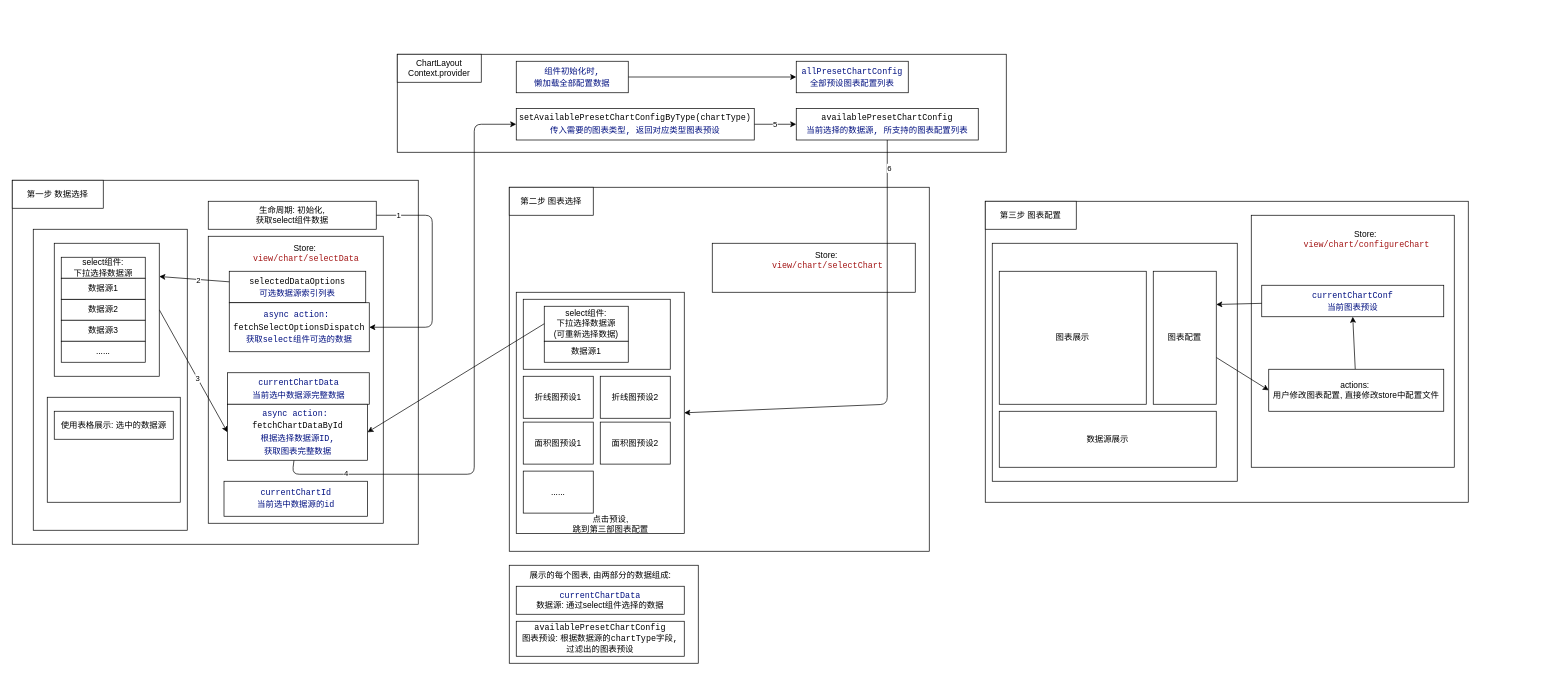
Earlier version of the draw.io diagram doc/图表配置模块逻辑.drawio (tsja2001/react-dashboard). Source tidied: cells renumbered, new cells numbered last; positions are measured from the earlier drawing's top-left corner, leaving out a move shared by most shapes. Both pictures are drawn from the tidied source at 70%, with x=0, y=0 at pixel (12, 54).
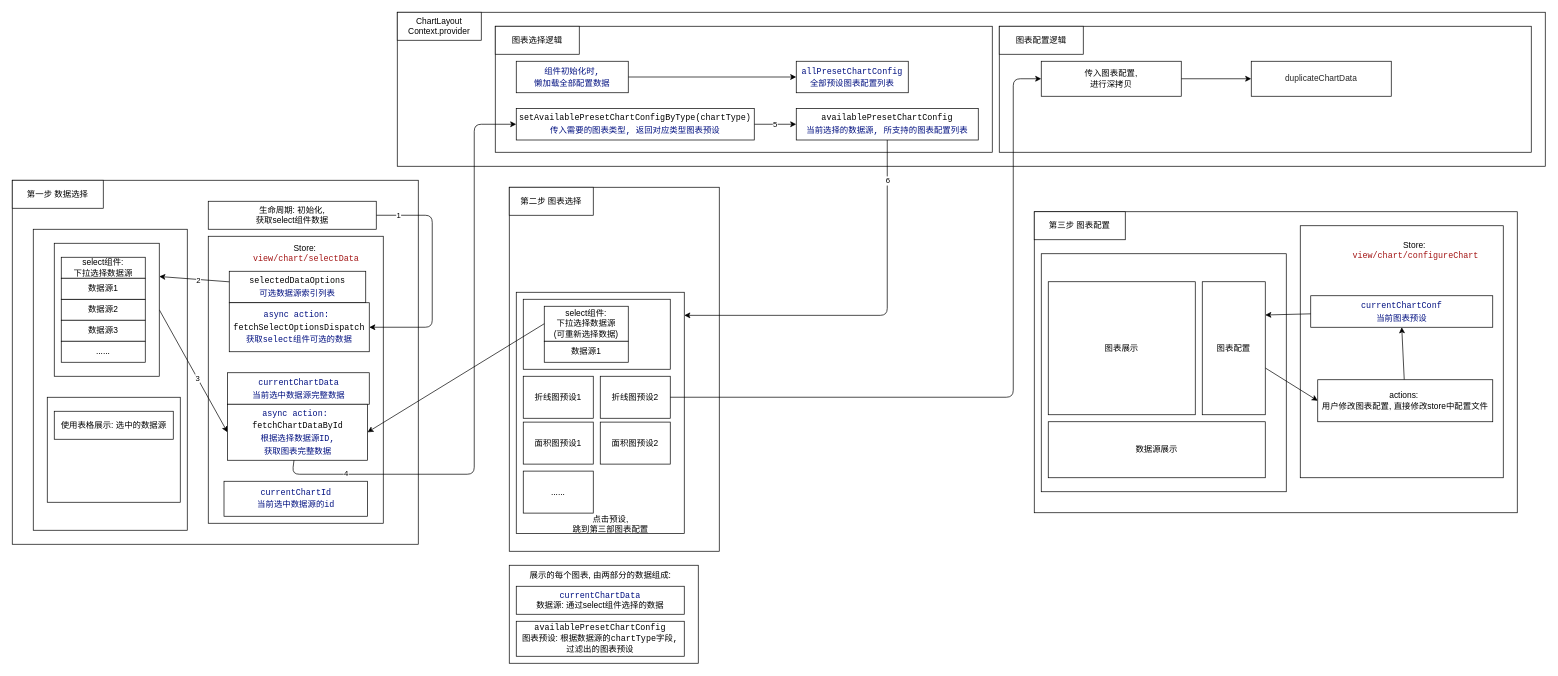
The same diagram, later.

Commit message (it also covers changes not shown here):
feat: 完成图表配置页面文档

Unchanged cells that the change refers to:
```xml
<mxCell id="13" style="rounded=0;whiteSpace=wrap;html=1;fontSize=12;" parent="1" vertex="1">
  <mxGeometry x="720" y="340" width="240" height="344.5" as="geometry" />
</mxCell>
<mxCell id="15" value="折线图预设2" style="rounded=0;whiteSpace=wrap;html=1;" parent="1" vertex="1">
  <mxGeometry x="840" y="460" width="100" height="60" as="geometry" />
</mxCell>
<mxCell id="58" value="&lt;div style=&quot;background-color: rgb(255, 255, 255); font-family: &amp;quot;Input Mono&amp;quot;, &amp;quot;Fira Code&amp;quot;, monospace, Menlo, Monaco, &amp;quot;Courier New&amp;quot;, monospace; line-height: 18px;&quot;&gt;&lt;div style=&quot;line-height: 18px;&quot;&gt;&lt;div style=&quot;line-height: 18px;&quot;&gt;&lt;font color=&quot;#001080&quot;&gt;async action:&amp;nbsp;&lt;/font&gt;&lt;/div&gt;&lt;div style=&quot;line-height: 18px;&quot;&gt;&lt;div style=&quot;line-height: 18px;&quot;&gt;fetchChartDataById&lt;/div&gt;&lt;/div&gt;&lt;/div&gt;&lt;/div&gt;&lt;div style=&quot;background-color: rgb(255, 255, 255); font-family: &amp;quot;Input Mono&amp;quot;, &amp;quot;Fira Code&amp;quot;, monospace, Menlo, Monaco, &amp;quot;Courier New&amp;quot;, monospace; line-height: 18px;&quot;&gt;&lt;font color=&quot;#001080&quot;&gt;根据选择数据源ID,&lt;/font&gt;&lt;/div&gt;&lt;div style=&quot;background-color: rgb(255, 255, 255); font-family: &amp;quot;Input Mono&amp;quot;, &amp;quot;Fira Code&amp;quot;, monospace, Menlo, Monaco, &amp;quot;Courier New&amp;quot;, monospace; line-height: 18px;&quot;&gt;&lt;font color=&quot;#001080&quot;&gt;获取图表完整数据&lt;/font&gt;&lt;/div&gt;" style="rounded=0;whiteSpace=wrap;html=1;" parent="1" vertex="1">
  <mxGeometry x="307.5" y="500" width="200" height="80" as="geometry" />
</mxCell>
```

What changed in the source:
```diff
@@
     <mxCell id="9" style="rounded=0;whiteSpace=wrap;html=1;" parent="1" vertex="1">
-      <mxGeometry x="710" y="190" width="600" height="520" as="geometry" />
+      <mxGeometry x="710" y="190" width="300" height="520" as="geometry" />
     </mxCell>
@@
-    <mxCell id="11" style="rounded=0;whiteSpace=wrap;html=1;" parent="1" vertex="1">
-      <mxGeometry x="1000" y="270" width="290" height="70" as="geometry" />
-    </mxCell>
-    <mxCell id="12" value="Store:&amp;nbsp;&lt;br&gt;&lt;span style=&quot;color: rgb(163, 21, 21); background-color: rgb(255, 255, 255); font-family: &amp;quot;Input Mono&amp;quot;, &amp;quot;Fira Code&amp;quot;, monospace, Menlo, Monaco, &amp;quot;Courier New&amp;quot;, monospace;&quot;&gt;view/chart/selectChart&lt;/span&gt;" style="text;html=1;strokeColor=none;fillColor=none;align=center;verticalAlign=middle;whiteSpace=wrap;rounded=0;" parent="1" vertex="1">
-      <mxGeometry x="1050" y="270" width="230" height="50" as="geometry" />
-    </mxCell>
@@
     <mxCell id="19" style="rounded=0;whiteSpace=wrap;html=1;" parent="1" vertex="1">
-      <mxGeometry x="1390" y="210" width="690" height="430" as="geometry" />
+      <mxGeometry x="1460" y="225" width="690" height="430" as="geometry" />
     </mxCell>
     <mxCell id="20" value="第三步 图表配置" style="rounded=0;whiteSpace=wrap;html=1;" parent="1" vertex="1">
-      <mxGeometry x="1390" y="210" width="130" height="40" as="geometry" />
+      <mxGeometry x="1460" y="225" width="130" height="40" as="geometry" />
     </mxCell>
     <mxCell id="21" style="rounded=0;whiteSpace=wrap;html=1;" parent="1" vertex="1">
-      <mxGeometry x="1770" y="230" width="290" height="360" as="geometry" />
+      <mxGeometry x="1840" y="245" width="290" height="360" as="geometry" />
     </mxCell>
     <mxCell id="22" value="Store:&amp;nbsp;&lt;br&gt;&lt;span style=&quot;color: rgb(163, 21, 21); background-color: rgb(255, 255, 255); font-family: &amp;quot;Input Mono&amp;quot;, &amp;quot;Fira Code&amp;quot;, monospace, Menlo, Monaco, &amp;quot;Courier New&amp;quot;, monospace;&quot;&gt;view/chart/&lt;/span&gt;&lt;font face=&quot;Input Mono, Fira Code, monospace, Menlo, Monaco, Courier New, monospace&quot; color=&quot;#a31515&quot;&gt;configureChart&lt;/font&gt;" style="text;html=1;strokeColor=none;fillColor=none;align=center;verticalAlign=middle;whiteSpace=wrap;rounded=0;" parent="1" vertex="1">
-      <mxGeometry x="1820" y="240" width="230" height="50" as="geometry" />
+      <mxGeometry x="1890" y="255" width="230" height="50" as="geometry" />
     </mxCell>
     <mxCell id="23" value="&lt;div style=&quot;background-color: rgb(255, 255, 255); font-family: &amp;quot;Input Mono&amp;quot;, &amp;quot;Fira Code&amp;quot;, monospace, Menlo, Monaco, &amp;quot;Courier New&amp;quot;, monospace; line-height: 18px;&quot;&gt;&lt;div style=&quot;line-height: 18px;&quot;&gt;&lt;font color=&quot;#001080&quot;&gt;currentChartConf&lt;/font&gt;&lt;/div&gt;&lt;/div&gt;&lt;div style=&quot;background-color: rgb(255, 255, 255); font-family: &amp;quot;Input Mono&amp;quot;, &amp;quot;Fira Code&amp;quot;, monospace, Menlo, Monaco, &amp;quot;Courier New&amp;quot;, monospace; line-height: 18px;&quot;&gt;&lt;font color=&quot;#001080&quot;&gt;当前图表预设&lt;/font&gt;&lt;/div&gt;" style="rounded=0;whiteSpace=wrap;html=1;" parent="1" vertex="1">
-      <mxGeometry x="1785" y="330" width="260" height="45" as="geometry" />
+      <mxGeometry x="1855" y="345" width="260" height="45" as="geometry" />
     </mxCell>
     <mxCell id="24" style="rounded=0;whiteSpace=wrap;html=1;fontSize=12;" parent="1" vertex="1">
-      <mxGeometry x="1400" y="270" width="350" height="340" as="geometry" />
+      <mxGeometry x="1470" y="285" width="350" height="340" as="geometry" />
     </mxCell>
     <mxCell id="25" value="图表展示" style="rounded=0;whiteSpace=wrap;html=1;" parent="1" vertex="1">
-      <mxGeometry x="1410" y="310" width="210" height="190" as="geometry" />
+      <mxGeometry x="1480" y="325" width="210" height="190" as="geometry" />
     </mxCell>
@@
     <mxCell id="27" value="图表配置" style="rounded=0;whiteSpace=wrap;html=1;" parent="1" vertex="1">
-      <mxGeometry x="1630" y="310" width="90" height="190" as="geometry" />
+      <mxGeometry x="1700" y="325" width="90" height="190" as="geometry" />
     </mxCell>
     <mxCell id="28" value="数据源展示" style="rounded=0;whiteSpace=wrap;html=1;" parent="1" vertex="1">
-      <mxGeometry x="1410" y="510" width="310" height="80" as="geometry" />
+      <mxGeometry x="1480" y="525" width="310" height="80" as="geometry" />
     </mxCell>
@@
     <mxCell id="33" value="&lt;font style=&quot;font-size: 12px;&quot;&gt;actions:&amp;nbsp;&lt;br&gt;用户修改图表配置, 直接修改store中配置文件&lt;br&gt;&lt;/font&gt;" style="rounded=0;whiteSpace=wrap;html=1;fontSize=10;" parent="1" vertex="1">
-      <mxGeometry x="1795" y="450" width="250" height="60" as="geometry" />
+      <mxGeometry x="1865" y="465" width="250" height="60" as="geometry" />
     </mxCell>
@@
     <mxCell id="45" style="rounded=0;whiteSpace=wrap;html=1;" parent="1" vertex="1">
-      <mxGeometry x="550" width="870" height="140" as="geometry" />
+      <mxGeometry x="550" y="-60" width="1640" height="220" as="geometry" />
     </mxCell>
     <mxCell id="46" value="ChartLayout&lt;br&gt;Context.provider" style="rounded=0;whiteSpace=wrap;html=1;" parent="1" vertex="1">
-      <mxGeometry x="550" width="120" height="40" as="geometry" />
+      <mxGeometry x="550" y="-60" width="120" height="40" as="geometry" />
     </mxCell>
-    <mxCell id="47" value="&lt;div style=&quot;color: rgb(59, 59, 59); background-color: rgb(255, 255, 255); font-family: &amp;quot;Input Mono&amp;quot;, &amp;quot;Fira Code&amp;quot;, monospace, Menlo, Monaco, &amp;quot;Courier New&amp;quot;, monospace; line-height: 18px;&quot;&gt;&lt;div style=&quot;line-height: 18px;&quot;&gt;&lt;span style=&quot;color: #001080;&quot;&gt;allPresetChartConfig&lt;/span&gt;&lt;/div&gt;&lt;/div&gt;&lt;div style=&quot;color: rgb(59, 59, 59); background-color: rgb(255, 255, 255); font-family: &amp;quot;Input Mono&amp;quot;, &amp;quot;Fira Code&amp;quot;, monospace, Menlo, Monaco, &amp;quot;Courier New&amp;quot;, monospace; line-height: 18px;&quot;&gt;&lt;span style=&quot;color: rgb(0, 16, 128);&quot;&gt;全部预设图表配置列表&lt;/span&gt;&lt;br&gt;&lt;/div&gt;" style="rounded=0;whiteSpace=wrap;html=1;" parent="1" vertex="1">
-      <mxGeometry x="1120" y="10" width="160" height="45" as="geometry" />
-    </mxCell>
-    <mxCell id="48" style="edgeStyle=none;html=1;entryX=1;entryY=0.5;entryDx=0;entryDy=0;" parent="1" edge="1" source="50" target="13">
-      <mxGeometry relative="1" as="geometry">
-        <Array as="points">
-          <mxPoint x="1250" y="500" />
-        </Array>
-      </mxGeometry>
-    </mxCell>
-    <mxCell id="49" value="6" style="edgeLabel;html=1;align=center;verticalAlign=middle;" parent="48" vertex="1">
-      <mxGeometry x="-0.88" y="2" relative="1" as="geometry" />
-    </mxCell>
-    <mxCell id="50" value="&lt;div style=&quot;color: rgb(59, 59, 59); background-color: rgb(255, 255, 255); font-family: &amp;quot;Input Mono&amp;quot;, &amp;quot;Fira Code&amp;quot;, monospace, Menlo, Monaco, &amp;quot;Courier New&amp;quot;, monospace; line-height: 18px;&quot;&gt;&lt;div style=&quot;line-height: 18px;&quot;&gt;&lt;div style=&quot;color: rgb(0, 0, 0); line-height: 18px;&quot;&gt;availablePresetChartConfig&lt;/div&gt;&lt;/div&gt;&lt;/div&gt;&lt;div style=&quot;color: rgb(59, 59, 59); background-color: rgb(255, 255, 255); font-family: &amp;quot;Input Mono&amp;quot;, &amp;quot;Fira Code&amp;quot;, monospace, Menlo, Monaco, &amp;quot;Courier New&amp;quot;, monospace; line-height: 18px;&quot;&gt;&lt;span style=&quot;color: rgb(0, 16, 128);&quot;&gt;当前选择的数据源, 所支持的图表配置列表&lt;/span&gt;&lt;br&gt;&lt;/div&gt;" style="rounded=0;whiteSpace=wrap;html=1;" parent="1" vertex="1">
-      <mxGeometry x="1120" y="77.5" width="260" height="45" as="geometry" />
-    </mxCell>
-    <mxCell id="51" value="5" style="edgeStyle=none;html=1;entryX=0;entryY=0.5;entryDx=0;entryDy=0;" parent="1" edge="1" source="52" target="50">
-      <mxGeometry relative="1" as="geometry" />
-    </mxCell>
-    <mxCell id="52" value="&lt;div style=&quot;color: rgb(59, 59, 59); background-color: rgb(255, 255, 255); font-family: &amp;quot;Input Mono&amp;quot;, &amp;quot;Fira Code&amp;quot;, monospace, Menlo, Monaco, &amp;quot;Courier New&amp;quot;, monospace; line-height: 18px;&quot;&gt;&lt;div style=&quot;line-height: 18px;&quot;&gt;&lt;div style=&quot;color: rgb(0, 0, 0); line-height: 18px;&quot;&gt;&lt;div style=&quot;line-height: 18px;&quot;&gt;setAvailablePresetChartConfigByType(chartType)&lt;/div&gt;&lt;/div&gt;&lt;/div&gt;&lt;/div&gt;&lt;div style=&quot;background-color: rgb(255, 255, 255); font-family: &amp;quot;Input Mono&amp;quot;, &amp;quot;Fira Code&amp;quot;, monospace, Menlo, Monaco, &amp;quot;Courier New&amp;quot;, monospace; line-height: 18px;&quot;&gt;&lt;font color=&quot;#001080&quot;&gt;传入需要的图表类型, 返回对应类型图表预设&lt;/font&gt;&lt;/div&gt;" style="rounded=0;whiteSpace=wrap;html=1;" parent="1" vertex="1">
-      <mxGeometry x="720" y="77.5" width="340" height="45" as="geometry" />
-    </mxCell>
-    <mxCell id="53" style="edgeStyle=none;html=1;entryX=0;entryY=0.5;entryDx=0;entryDy=0;" parent="1" edge="1" source="54" target="47">
-      <mxGeometry relative="1" as="geometry" />
-    </mxCell>
-    <mxCell id="54" value="&lt;div style=&quot;background-color: rgb(255, 255, 255); font-family: &amp;quot;Input Mono&amp;quot;, &amp;quot;Fira Code&amp;quot;, monospace, Menlo, Monaco, &amp;quot;Courier New&amp;quot;, monospace; line-height: 18px;&quot;&gt;&lt;div style=&quot;line-height: 18px;&quot;&gt;&lt;font color=&quot;#001080&quot;&gt;组件初始化时,&lt;/font&gt;&lt;/div&gt;&lt;div style=&quot;line-height: 18px;&quot;&gt;&lt;font color=&quot;#001080&quot;&gt;懒加载全部配置数据&lt;/font&gt;&lt;/div&gt;&lt;/div&gt;" style="rounded=0;whiteSpace=wrap;html=1;" parent="1" vertex="1">
-      <mxGeometry x="720" y="10" width="160" height="45" as="geometry" />
-    </mxCell>
@@
-    <mxCell id="56" style="edgeStyle=none;html=1;entryX=0;entryY=0.5;entryDx=0;entryDy=0;" parent="1" edge="1" source="58" target="52">
-      <mxGeometry relative="1" as="geometry">
-        <Array as="points">
-          <mxPoint x="400" y="600" />
-          <mxPoint x="660" y="600" />
-          <mxPoint x="660" y="100" />
-        </Array>
-      </mxGeometry>
-    </mxCell>
-    <mxCell id="57" value="4" style="edgeLabel;html=1;align=center;verticalAlign=middle;" parent="56" vertex="1">
-      <mxGeometry x="-0.77" y="-3" relative="1" as="geometry">
-        <mxPoint y="-5" as="offset" />
-      </mxGeometry>
-    </mxCell>
@@
+    <mxCell id="71" style="rounded=0;whiteSpace=wrap;html=1;" parent="1" vertex="1">
+      <mxGeometry x="690" y="-40" width="710" height="180" as="geometry" />
+    </mxCell>
+    <mxCell id="47" value="&lt;div style=&quot;color: rgb(59, 59, 59); background-color: rgb(255, 255, 255); font-family: &amp;quot;Input Mono&amp;quot;, &amp;quot;Fira Code&amp;quot;, monospace, Menlo, Monaco, &amp;quot;Courier New&amp;quot;, monospace; line-height: 18px;&quot;&gt;&lt;div style=&quot;line-height: 18px;&quot;&gt;&lt;span style=&quot;color: #001080;&quot;&gt;allPresetChartConfig&lt;/span&gt;&lt;/div&gt;&lt;/div&gt;&lt;div style=&quot;color: rgb(59, 59, 59); background-color: rgb(255, 255, 255); font-family: &amp;quot;Input Mono&amp;quot;, &amp;quot;Fira Code&amp;quot;, monospace, Menlo, Monaco, &amp;quot;Courier New&amp;quot;, monospace; line-height: 18px;&quot;&gt;&lt;span style=&quot;color: rgb(0, 16, 128);&quot;&gt;全部预设图表配置列表&lt;/span&gt;&lt;br&gt;&lt;/div&gt;" style="rounded=0;whiteSpace=wrap;html=1;" parent="1" vertex="1">
+      <mxGeometry x="1120" y="10" width="160" height="45" as="geometry" />
+    </mxCell>
+    <mxCell id="50" value="&lt;div style=&quot;color: rgb(59, 59, 59); background-color: rgb(255, 255, 255); font-family: &amp;quot;Input Mono&amp;quot;, &amp;quot;Fira Code&amp;quot;, monospace, Menlo, Monaco, &amp;quot;Courier New&amp;quot;, monospace; line-height: 18px;&quot;&gt;&lt;div style=&quot;line-height: 18px;&quot;&gt;&lt;div style=&quot;color: rgb(0, 0, 0); line-height: 18px;&quot;&gt;availablePresetChartConfig&lt;/div&gt;&lt;/div&gt;&lt;/div&gt;&lt;div style=&quot;color: rgb(59, 59, 59); background-color: rgb(255, 255, 255); font-family: &amp;quot;Input Mono&amp;quot;, &amp;quot;Fira Code&amp;quot;, monospace, Menlo, Monaco, &amp;quot;Courier New&amp;quot;, monospace; line-height: 18px;&quot;&gt;&lt;span style=&quot;color: rgb(0, 16, 128);&quot;&gt;当前选择的数据源, 所支持的图表配置列表&lt;/span&gt;&lt;br&gt;&lt;/div&gt;" style="rounded=0;whiteSpace=wrap;html=1;" parent="1" vertex="1">
+      <mxGeometry x="1120" y="77.5" width="260" height="45" as="geometry" />
+    </mxCell>
+    <mxCell id="51" value="5" style="edgeStyle=none;html=1;entryX=0;entryY=0.5;entryDx=0;entryDy=0;" parent="1" edge="1" source="52" target="50">
+      <mxGeometry relative="1" as="geometry" />
+    </mxCell>
+    <mxCell id="52" value="&lt;div style=&quot;color: rgb(59, 59, 59); background-color: rgb(255, 255, 255); font-family: &amp;quot;Input Mono&amp;quot;, &amp;quot;Fira Code&amp;quot;, monospace, Menlo, Monaco, &amp;quot;Courier New&amp;quot;, monospace; line-height: 18px;&quot;&gt;&lt;div style=&quot;line-height: 18px;&quot;&gt;&lt;div style=&quot;color: rgb(0, 0, 0); line-height: 18px;&quot;&gt;&lt;div style=&quot;line-height: 18px;&quot;&gt;setAvailablePresetChartConfigByType(chartType)&lt;/div&gt;&lt;/div&gt;&lt;/div&gt;&lt;/div&gt;&lt;div style=&quot;background-color: rgb(255, 255, 255); font-family: &amp;quot;Input Mono&amp;quot;, &amp;quot;Fira Code&amp;quot;, monospace, Menlo, Monaco, &amp;quot;Courier New&amp;quot;, monospace; line-height: 18px;&quot;&gt;&lt;font color=&quot;#001080&quot;&gt;传入需要的图表类型, 返回对应类型图表预设&lt;/font&gt;&lt;/div&gt;" style="rounded=0;whiteSpace=wrap;html=1;" parent="1" vertex="1">
+      <mxGeometry x="720" y="77.5" width="340" height="45" as="geometry" />
+    </mxCell>
+    <mxCell id="53" style="edgeStyle=none;html=1;entryX=0;entryY=0.5;entryDx=0;entryDy=0;" parent="1" edge="1" source="54" target="47">
+      <mxGeometry relative="1" as="geometry" />
+    </mxCell>
+    <mxCell id="54" value="&lt;div style=&quot;background-color: rgb(255, 255, 255); font-family: &amp;quot;Input Mono&amp;quot;, &amp;quot;Fira Code&amp;quot;, monospace, Menlo, Monaco, &amp;quot;Courier New&amp;quot;, monospace; line-height: 18px;&quot;&gt;&lt;div style=&quot;line-height: 18px;&quot;&gt;&lt;font color=&quot;#001080&quot;&gt;组件初始化时,&lt;/font&gt;&lt;/div&gt;&lt;div style=&quot;line-height: 18px;&quot;&gt;&lt;font color=&quot;#001080&quot;&gt;懒加载全部配置数据&lt;/font&gt;&lt;/div&gt;&lt;/div&gt;" style="rounded=0;whiteSpace=wrap;html=1;" parent="1" vertex="1">
+      <mxGeometry x="720" y="10" width="160" height="45" as="geometry" />
+    </mxCell>
+    <mxCell id="56" style="edgeStyle=none;html=1;entryX=0;entryY=0.5;entryDx=0;entryDy=0;" parent="1" edge="1" source="58" target="52">
+      <mxGeometry relative="1" as="geometry">
+        <Array as="points">
+          <mxPoint x="400" y="600" />
+          <mxPoint x="660" y="600" />
+          <mxPoint x="660" y="100" />
+        </Array>
+      </mxGeometry>
+    </mxCell>
+    <mxCell id="57" value="4" style="edgeLabel;html=1;align=center;verticalAlign=middle;" parent="56" vertex="1">
+      <mxGeometry x="-0.77" y="-3" relative="1" as="geometry">
+        <mxPoint y="-5" as="offset" />
+      </mxGeometry>
+    </mxCell>
+    <mxCell id="48" style="edgeStyle=none;html=1;" parent="1" edge="1" source="50">
+      <mxGeometry relative="1" as="geometry">
+        <mxPoint x="960" y="373" as="targetPoint" />
+        <Array as="points">
+          <mxPoint x="1250" y="373" />
+        </Array>
+      </mxGeometry>
+    </mxCell>
+    <mxCell id="49" value="6" style="edgeLabel;html=1;align=center;verticalAlign=middle;" parent="48" vertex="1">
+      <mxGeometry x="-0.88" y="2" relative="1" as="geometry">
+        <mxPoint x="-2" y="26" as="offset" />
+      </mxGeometry>
+    </mxCell>
+    <mxCell id="72" value="图表选择逻辑" style="rounded=0;whiteSpace=wrap;html=1;" parent="1" vertex="1">
+      <mxGeometry x="690" y="-40" width="120" height="40" as="geometry" />
+    </mxCell>
+    <mxCell id="73" style="rounded=0;whiteSpace=wrap;html=1;" parent="1" vertex="1">
+      <mxGeometry x="1410" y="-40" width="760" height="180" as="geometry" />
+    </mxCell>
+    <mxCell id="74" value="图表配置逻辑" style="rounded=0;whiteSpace=wrap;html=1;" parent="1" vertex="1">
+      <mxGeometry x="1410" y="-40" width="120" height="40" as="geometry" />
+    </mxCell>
+    <mxCell id="75" style="edgeStyle=none;html=1;entryX=0;entryY=0.5;entryDx=0;entryDy=0;" parent="1" edge="1" source="76" target="78">
+      <mxGeometry relative="1" as="geometry" />
+    </mxCell>
+    <mxCell id="76" value="传入图表配置, &lt;br&gt;进行深拷贝" style="rounded=0;whiteSpace=wrap;html=1;" parent="1" vertex="1">
+      <mxGeometry x="1470" y="10" width="200" height="50" as="geometry" />
+    </mxCell>
+    <mxCell id="77" style="edgeStyle=none;html=1;entryX=0;entryY=0.5;entryDx=0;entryDy=0;" parent="1" edge="1" source="15" target="76">
+      <mxGeometry relative="1" as="geometry">
+        <Array as="points">
+          <mxPoint x="1430" y="490" />
+          <mxPoint x="1430" y="35" />
+        </Array>
+      </mxGeometry>
+    </mxCell>
+    <mxCell id="78" value="&lt;span style=&quot;border-color: var(--border-color); background-color: initial; color: rgba(0, 0, 0, 0.85); font-family: &amp;quot;.SF NS&amp;quot;; text-align: start;&quot;&gt;&lt;font style=&quot;font-size: 12px;&quot;&gt;duplicateChartData&lt;/font&gt;&lt;/span&gt;" style="rounded=0;whiteSpace=wrap;html=1;" parent="1" vertex="1">
+      <mxGeometry x="1770" y="10" width="200" height="50" as="geometry" />
+    </mxCell>
```
